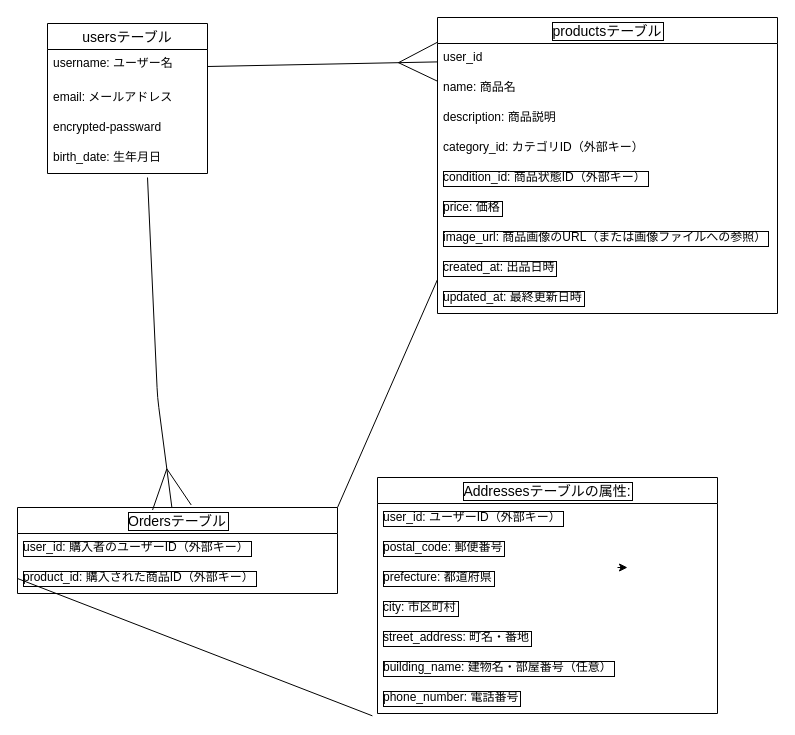
bluepwcst/furima-40031 keeps this draw.io diagram as test.dio. Above is the earlier version. Source tidied: cells renumbered, new cells numbered last; positions are measured from the earlier drawing's top-left corner, leaving out a move shared by most shapes. Both pictures are drawn from the tidied source at 100%, with x=0, y=0 at pixel (17, 17).
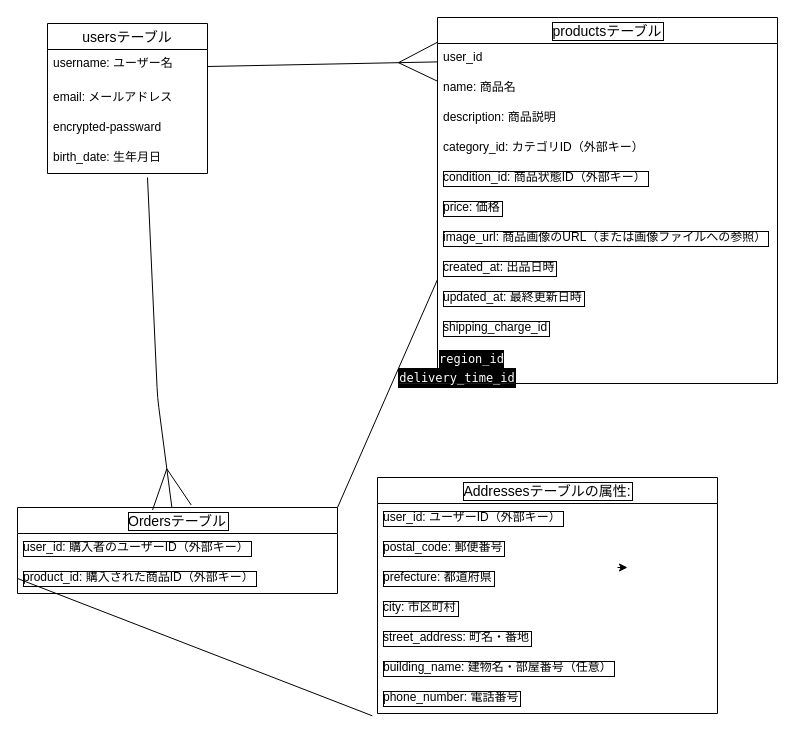
Above is the later version.

Commit message (it also covers changes not shown here):
データベース修正２

Change to the diagram source:
```diff
@@
     <mxCell id="2" value="productsテーブル" style="swimlane;fontStyle=0;horizontal=1;startSize=26;align=center;fontSize=14;labelBorderColor=default;" parent="1" vertex="1">
-      <mxGeometry x="420" width="340" height="296" as="geometry" />
+      <mxGeometry x="420" width="340" height="366" as="geometry" />
     </mxCell>
@@
+    <mxCell id="33" value="shipping_charge_id" style="text;strokeColor=none;fillColor=none;spacingLeft=4;spacingRight=4;overflow=hidden;fontSize=12;labelBorderColor=default;" parent="2" vertex="1">
+      <mxGeometry y="296" width="340" height="30" as="geometry" />
+    </mxCell>
+    <mxCell id="34" value="&lt;div style=&quot;color: rgb(255, 255, 255); background-color: rgb(0, 0, 0); font-family: Menlo, Monaco, &amp;quot;Courier New&amp;quot;, monospace; font-weight: normal; font-size: 12px; line-height: 18px;&quot;&gt;&lt;div&gt;&lt;span style=&quot;color: #ffffff;&quot;&gt;region_id  &lt;/span&gt;&lt;/div&gt;&lt;/div&gt;" style="text;whiteSpace=wrap;html=1;" parent="2" vertex="1">
+      <mxGeometry y="326" width="340" height="40" as="geometry" />
+    </mxCell>
@@
+    <mxCell id="35" style="edgeStyle=none;html=1;shadow=0;strokeWidth=1;startArrow=none;startFill=0;endArrow=none;endFill=0;startSize=37;endSize=37;elbow=vertical;" parent="1" edge="1" source="36" target="34">
+      <mxGeometry relative="1" as="geometry" />
+    </mxCell>
+    <mxCell id="36" value="&lt;div style=&quot;color: rgb(255, 255, 255); background-color: rgb(0, 0, 0); font-family: Menlo, Monaco, &amp;quot;Courier New&amp;quot;, monospace; line-height: 18px;&quot;&gt; delivery_time_id &lt;/div&gt;" style="text;html=1;strokeColor=none;fillColor=none;whiteSpace=wrap;align=center;verticalAlign=middle;fontColor=#0000EE;fontStyle=4;labelBorderColor=default;" parent="1" vertex="1">
+      <mxGeometry x="410" y="340" width="60" height="40" as="geometry" />
+    </mxCell>
```
